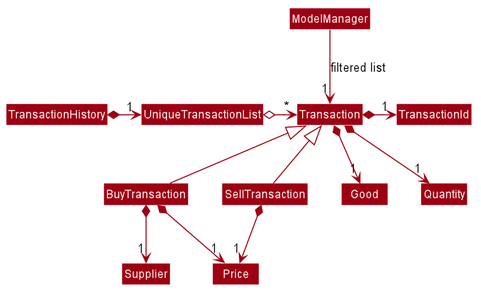
This is docs/diagrams/TransactionModelClassDiagram.png from nus-cs2103-AY1920S2/addressbook-level3, a PlantUML export, as it was before one commit.
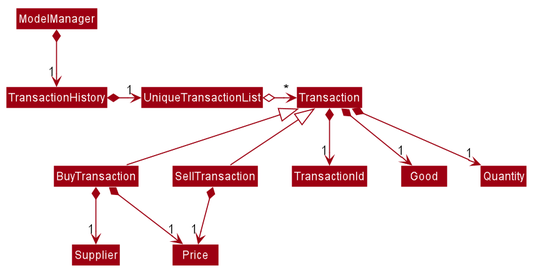
The same file after the commit.

What changed in the source:
```diff
@@ -51,12 +51,12 @@
 skinparam arrowColor #9D0012
 skinparam classBackgroundColor #9D0012
 
-ModelManager -->"1" Transaction : filtered list
+ModelManager *-->"1" TransactionHistory
 TransactionHistory *-right-> "1" UniqueTransactionList
 
 UniqueTransactionList o-right-> "*" Transaction
 
-Transaction *-right-> "1" TransactionId
+Transaction *--> "1" TransactionId
 Transaction *-->"1" Good
 Transaction *-->"1" Quantity
 
```
